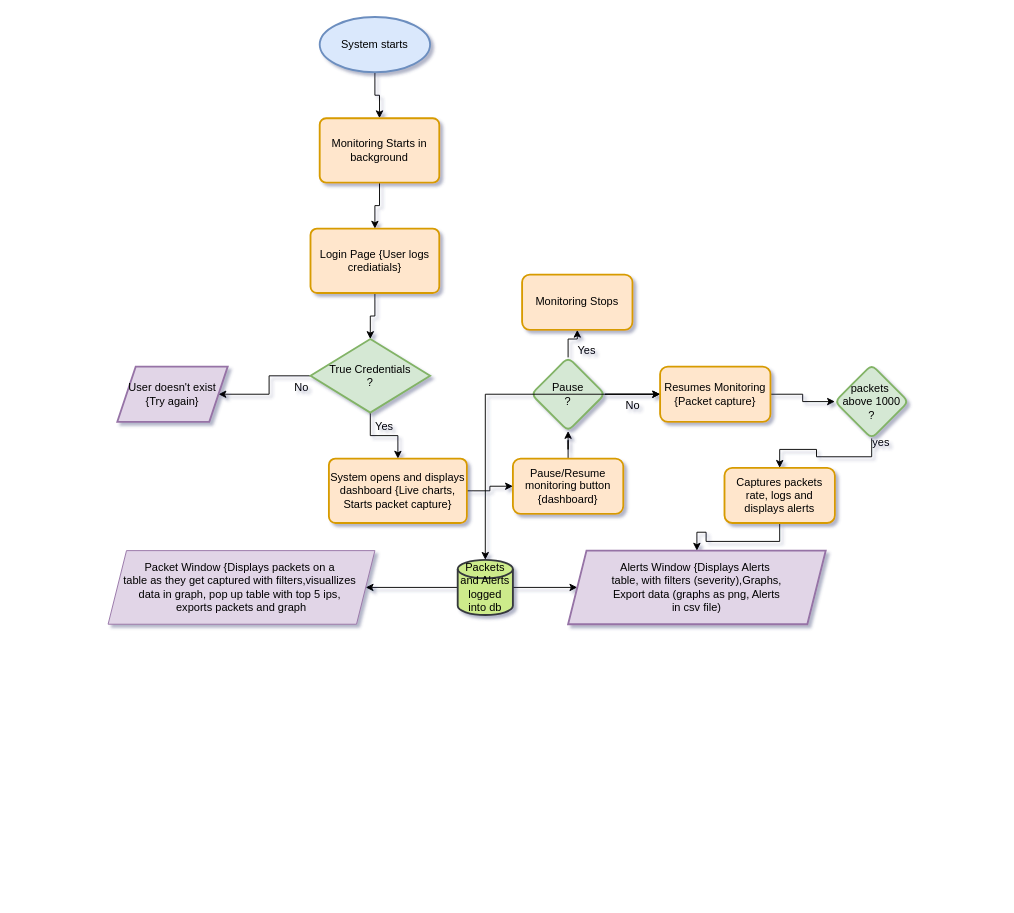
Earlier version of the draw.io diagram docs/Untitled Diagram.drawio (Bigst3pp3r/Simple-Network-Monitoring-System-main). Source tidied: cells renumbered, new cells numbered last; positions are measured from the earlier drawing's top-left corner, leaving out a move shared by most shapes. Both pictures are drawn from the tidied source at 92%, with x=0, y=0 at pixel (108, 17).
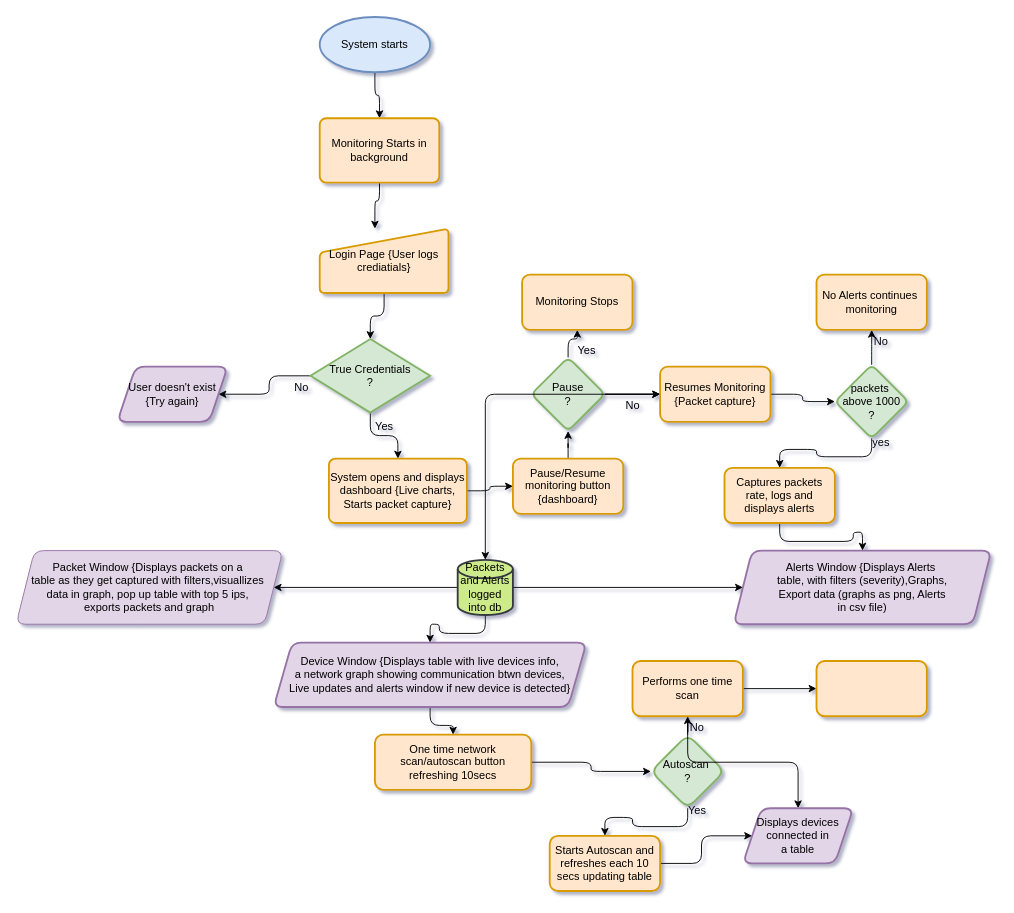
The same page after the edit.

Unchanged cells that the change refers to:
```xml
<mxCell id="5" value="Monitoring Starts in background" style="rounded=1;whiteSpace=wrap;html=1;absoluteArcSize=1;arcSize=14;strokeWidth=2;fillColor=#ffe6cc;strokeColor=#d79b00;" parent="1" vertex="1">
  <mxGeometry x="230" y="110" width="130" height="70" as="geometry" />
</mxCell>
<mxCell id="13" value="System opens and displays dashboard {Live charts, Starts packet capture}" style="rounded=1;whiteSpace=wrap;html=1;absoluteArcSize=1;arcSize=14;strokeWidth=2;fillColor=#ffe6cc;strokeColor=#d79b00;" parent="1" vertex="1">
  <mxGeometry x="240" y="480" width="150" height="70" as="geometry" />
</mxCell>
<mxCell id="15" value="Pause/Resume monitoring button {dashboard}" style="rounded=1;whiteSpace=wrap;html=1;fillColor=#ffe6cc;strokeColor=#d79b00;arcSize=14;strokeWidth=2;" parent="1" vertex="1">
  <mxGeometry x="440" y="480" width="120" height="60" as="geometry" />
</mxCell>
<mxCell id="21" value="Pause&lt;div&gt;?&lt;/div&gt;" style="rhombus;whiteSpace=wrap;html=1;fillColor=#d5e8d4;strokeColor=#82b366;rounded=1;arcSize=14;strokeWidth=2;" parent="1" vertex="1">
  <mxGeometry x="460" y="370" width="80" height="80" as="geometry" />
</mxCell>
<mxCell id="22" value="Monitoring Stops" style="whiteSpace=wrap;html=1;fillColor=#ffe6cc;strokeColor=#d79b00;rounded=1;arcSize=14;strokeWidth=2;" parent="1" vertex="1">
  <mxGeometry x="450" y="280" width="120" height="60" as="geometry" />
</mxCell>
<mxCell id="26" value="Resumes Monitoring&lt;div&gt;{Packet capture}&lt;/div&gt;" style="whiteSpace=wrap;html=1;fillColor=#ffe6cc;strokeColor=#d79b00;rounded=1;arcSize=14;strokeWidth=2;" parent="1" vertex="1">
  <mxGeometry x="600" y="380" width="120" height="60" as="geometry" />
</mxCell>
<mxCell id="34" value="packets&amp;nbsp;&lt;div&gt;above 1000&lt;/div&gt;&lt;div&gt;?&lt;/div&gt;" style="rhombus;whiteSpace=wrap;html=1;fillColor=#d5e8d4;strokeColor=#82b366;rounded=1;arcSize=14;strokeWidth=2;" parent="1" vertex="1">
  <mxGeometry x="790" y="378" width="80" height="80" as="geometry" />
</mxCell>
<mxCell id="36" value="Captures packets rate, logs and displays alerts" style="whiteSpace=wrap;html=1;fillColor=#ffe6cc;strokeColor=#d79b00;rounded=1;arcSize=14;strokeWidth=2;" parent="1" vertex="1">
  <mxGeometry x="670" y="490" width="120" height="60" as="geometry" />
</mxCell>
```

What changed in the source:
```diff
@@
-    <mxCell id="2" style="edgeStyle=orthogonalEdgeStyle;rounded=0;jettySize=auto;html=1;" parent="1" edge="1" source="3" target="5">
+    <mxCell id="2" style="edgeStyle=orthogonalEdgeStyle;rounded=1;jettySize=auto;html=1;" parent="1" edge="1" source="3" target="5">
       <mxGeometry relative="1" as="geometry" />
     </mxCell>
-    <mxCell id="3" value="System starts" style="strokeWidth=2;html=1;shape=mxgraph.flowchart.start_1;whiteSpace=wrap;fillColor=#dae8fc;strokeColor=#6c8ebf;" parent="1" vertex="1">
+    <mxCell id="3" value="System starts" style="strokeWidth=2;html=1;shape=mxgraph.flowchart.start_1;whiteSpace=wrap;fillColor=#dae8fc;strokeColor=#6c8ebf;rounded=1;" parent="1" vertex="1">
       <mxGeometry x="230" width="120" height="60" as="geometry" />
     </mxCell>
-    <mxCell id="4" style="edgeStyle=orthogonalEdgeStyle;rounded=0;jettySize=auto;html=1;" parent="1" edge="1" source="5" target="7">
-      <mxGeometry relative="1" as="geometry" />
+    <mxCell id="4" style="edgeStyle=orthogonalEdgeStyle;rounded=1;jettySize=auto;html=1;" parent="1" edge="1" source="5" target="7">
+      <mxGeometry relative="1" as="geometry">
+        <Array as="points">
+          <mxPoint x="295" y="200" />
+          <mxPoint x="290" y="200" />
+        </Array>
+      </mxGeometry>
     </mxCell>
@@
-    <mxCell id="6" style="edgeStyle=orthogonalEdgeStyle;rounded=0;jettySize=auto;html=1;" parent="1" edge="1" source="7" target="10">
+    <mxCell id="6" style="edgeStyle=orthogonalEdgeStyle;rounded=1;jettySize=auto;html=1;" parent="1" edge="1" source="7" target="10">
       <mxGeometry relative="1" as="geometry" />
     </mxCell>
-    <mxCell id="7" value="Login Page {User logs crediatials}" style="rounded=1;whiteSpace=wrap;html=1;absoluteArcSize=1;arcSize=14;strokeWidth=2;fillColor=#ffe6cc;strokeColor=#d79b00;" parent="1" vertex="1">
-      <mxGeometry x="220" y="230" width="140" height="70" as="geometry" />
+    <mxCell id="7" value="Login Page {User logs crediatials}" style="rounded=1;whiteSpace=wrap;html=1;absoluteArcSize=1;arcSize=11;strokeWidth=2;fillColor=#ffe6cc;strokeColor=#d79b00;shape=manualInput;size=26;" parent="1" vertex="1">
+      <mxGeometry x="230" y="230" width="140" height="70" as="geometry" />
     </mxCell>
-    <mxCell id="8" style="edgeStyle=orthogonalEdgeStyle;rounded=0;jettySize=auto;html=1;" parent="1" edge="1" source="10" target="13">
+    <mxCell id="8" style="edgeStyle=orthogonalEdgeStyle;rounded=1;jettySize=auto;html=1;" parent="1" edge="1" source="10" target="13">
       <mxGeometry relative="1" as="geometry" />
     </mxCell>
-    <mxCell id="9" style="edgeStyle=orthogonalEdgeStyle;rounded=0;jettySize=auto;html=1;" parent="1" edge="1" source="10" target="16">
+    <mxCell id="9" style="edgeStyle=orthogonalEdgeStyle;rounded=1;jettySize=auto;html=1;" parent="1" edge="1" source="10" target="16">
       <mxGeometry relative="1" as="geometry" />
     </mxCell>
-    <mxCell id="10" value="True Credentials&lt;div&gt;?&lt;/div&gt;" style="strokeWidth=2;html=1;shape=mxgraph.flowchart.decision;whiteSpace=wrap;fillColor=#d5e8d4;strokeColor=#82b366;" parent="1" vertex="1">
+    <mxCell id="10" value="True Credentials&lt;div&gt;?&lt;/div&gt;" style="strokeWidth=2;html=1;shape=mxgraph.flowchart.decision;whiteSpace=wrap;fillColor=#d5e8d4;strokeColor=#82b366;rounded=1;" parent="1" vertex="1">
       <mxGeometry x="220" y="350" width="130" height="80" as="geometry" />
     </mxCell>
-    <mxCell id="11" value="Yes" style="text;html=1;align=center;verticalAlign=middle;strokeColor=none;fillColor=none;" parent="1" vertex="1">
+    <mxCell id="11" value="Yes" style="text;html=1;align=center;verticalAlign=middle;strokeColor=none;fillColor=none;rounded=1;" parent="1" vertex="1">
       <mxGeometry x="280" y="430" width="40" height="30" as="geometry" />
     </mxCell>
-    <mxCell id="12" style="edgeStyle=orthogonalEdgeStyle;rounded=0;jettySize=auto;html=1;" parent="1" edge="1" source="13" target="15">
+    <mxCell id="12" style="edgeStyle=orthogonalEdgeStyle;rounded=1;jettySize=auto;html=1;" parent="1" edge="1" source="13" target="15">
       <mxGeometry relative="1" as="geometry" />
     </mxCell>
@@
-    <mxCell id="14" style="edgeStyle=orthogonalEdgeStyle;rounded=0;jettySize=auto;html=1;" parent="1" edge="1" source="15" target="21">
+    <mxCell id="14" style="edgeStyle=orthogonalEdgeStyle;rounded=1;jettySize=auto;html=1;" parent="1" edge="1" source="15" target="21">
       <mxGeometry relative="1" as="geometry" />
     </mxCell>
@@
-    <mxCell id="16" value="User doesn't exist&lt;div&gt;{Try again}&lt;/div&gt;" style="shape=parallelogram;perimeter=parallelogramPerimeter;whiteSpace=wrap;html=1;fixedSize=1;fillColor=#e1d5e7;strokeColor=#9673a6;strokeWidth=2;" parent="1" vertex="1">
+    <mxCell id="16" value="User doesn't exist&lt;div&gt;{Try again}&lt;/div&gt;" style="shape=parallelogram;perimeter=parallelogramPerimeter;whiteSpace=wrap;html=1;fixedSize=1;fillColor=#e1d5e7;strokeColor=#9673a6;strokeWidth=2;rounded=1;" parent="1" vertex="1">
       <mxGeometry x="10" y="380" width="120" height="60" as="geometry" />
     </mxCell>
-    <mxCell id="17" value="No" style="text;html=1;align=center;verticalAlign=middle;strokeColor=none;fillColor=none;" parent="1" vertex="1">
+    <mxCell id="17" value="No" style="text;html=1;align=center;verticalAlign=middle;strokeColor=none;fillColor=none;rounded=1;" parent="1" vertex="1">
       <mxGeometry x="190" y="388" width="40" height="30" as="geometry" />
     </mxCell>
-    <mxCell id="18" style="edgeStyle=orthogonalEdgeStyle;rounded=0;jettySize=auto;html=1;" parent="1" edge="1" source="21" target="22">
+    <mxCell id="18" style="edgeStyle=orthogonalEdgeStyle;rounded=1;jettySize=auto;html=1;" parent="1" edge="1" source="21" target="22">
       <mxGeometry relative="1" as="geometry" />
     </mxCell>
-    <mxCell id="19" style="edgeStyle=orthogonalEdgeStyle;rounded=0;jettySize=auto;html=1;" parent="1" edge="1" source="21" target="26">
+    <mxCell id="19" style="edgeStyle=orthogonalEdgeStyle;rounded=1;jettySize=auto;html=1;" parent="1" edge="1" source="21" target="26">
       <mxGeometry relative="1" as="geometry" />
     </mxCell>
-    <mxCell id="20" style="edgeStyle=orthogonalEdgeStyle;rounded=0;jettySize=auto;html=1;" parent="1" edge="1" source="21" target="26">
+    <mxCell id="20" style="edgeStyle=orthogonalEdgeStyle;rounded=1;jettySize=auto;html=1;" parent="1" edge="1" source="21" target="26">
       <mxGeometry relative="1" as="geometry" />
     </mxCell>
@@
-    <mxCell id="23" value="Yes" style="text;html=1;align=center;verticalAlign=middle;strokeColor=none;fillColor=none;" parent="1" vertex="1">
+    <mxCell id="23" value="Yes" style="text;html=1;align=center;verticalAlign=middle;strokeColor=none;fillColor=none;rounded=1;" parent="1" vertex="1">
       <mxGeometry x="500" y="348" width="40" height="30" as="geometry" />
     </mxCell>
-    <mxCell id="24" style="edgeStyle=orthogonalEdgeStyle;rounded=0;jettySize=auto;html=1;" parent="1" edge="1" source="26" target="30">
+    <mxCell id="24" style="edgeStyle=orthogonalEdgeStyle;rounded=1;jettySize=auto;html=1;" parent="1" edge="1" source="26" target="30">
       <mxGeometry relative="1" as="geometry" />
     </mxCell>
-    <mxCell id="25" style="edgeStyle=orthogonalEdgeStyle;rounded=0;jettySize=auto;html=1;" parent="1" edge="1" source="26" target="34">
+    <mxCell id="25" style="edgeStyle=orthogonalEdgeStyle;rounded=1;jettySize=auto;html=1;" parent="1" edge="1" source="26" target="34">
       <mxGeometry relative="1" as="geometry" />
     </mxCell>
@@
-    <mxCell id="27" value="No" style="text;html=1;align=center;verticalAlign=middle;strokeColor=none;fillColor=none;" parent="1" vertex="1">
+    <mxCell id="27" value="No" style="text;html=1;align=center;verticalAlign=middle;strokeColor=none;fillColor=none;rounded=1;" parent="1" vertex="1">
       <mxGeometry x="550" y="408" width="40" height="30" as="geometry" />
     </mxCell>
-    <mxCell id="28" style="edgeStyle=orthogonalEdgeStyle;rounded=0;jettySize=auto;html=1;" parent="1" edge="1" source="30" target="31">
+    <mxCell id="28" style="edgeStyle=orthogonalEdgeStyle;rounded=1;jettySize=auto;html=1;" parent="1" edge="1" source="30" target="31">
       <mxGeometry relative="1" as="geometry" />
     </mxCell>
-    <mxCell id="29" style="edgeStyle=orthogonalEdgeStyle;rounded=0;jettySize=auto;html=1;" parent="1" edge="1" source="30" target="32">
+    <mxCell id="29" style="edgeStyle=orthogonalEdgeStyle;rounded=1;jettySize=auto;html=1;" parent="1" edge="1" source="30" target="32">
       <mxGeometry relative="1" as="geometry" />
     </mxCell>
+    <mxCell id="38" style="edgeStyle=orthogonalEdgeStyle;rounded=1;jettySize=auto;html=1;" parent="1" edge="1" source="30" target="41">
+      <mxGeometry relative="1" as="geometry" />
+    </mxCell>
-    <mxCell id="30" value="Packets and Alerts logged into db" style="strokeWidth=2;html=1;shape=mxgraph.flowchart.database;whiteSpace=wrap;fillColor=#cdeb8b;strokeColor=#36393d;" parent="1" vertex="1">
+    <mxCell id="30" value="Packets and Alerts logged into db" style="strokeWidth=2;html=1;shape=mxgraph.flowchart.database;whiteSpace=wrap;fillColor=#cdeb8b;strokeColor=#36393d;rounded=1;" parent="1" vertex="1">
       <mxGeometry x="380" y="590" width="60" height="60" as="geometry" />
     </mxCell>
-    <mxCell id="31" value="Packet Window {Displays packets on a&amp;nbsp;&lt;div&gt;table as they get captured with filters,visuallizes&amp;nbsp;&lt;/div&gt;&lt;div&gt;data in graph, pop up table with top 5 ips,&amp;nbsp;&lt;/div&gt;&lt;div&gt;exports packets and graph&lt;/div&gt;" style="shape=parallelogram;perimeter=parallelogramPerimeter;whiteSpace=wrap;html=1;fixedSize=1;fillColor=#e1d5e7;strokeColor=#9673a6;" parent="1" vertex="1">
-      <mxGeometry y="580" width="290" height="80" as="geometry" />
+    <mxCell id="31" value="Packet Window {Displays packets on a&amp;nbsp;&lt;div&gt;table as they get captured with filters,visuallizes&amp;nbsp;&lt;/div&gt;&lt;div&gt;data in graph, pop up table with top 5 ips,&amp;nbsp;&lt;/div&gt;&lt;div&gt;exports packets and graph&lt;/div&gt;" style="shape=parallelogram;perimeter=parallelogramPerimeter;whiteSpace=wrap;html=1;fixedSize=1;fillColor=#e1d5e7;strokeColor=#9673a6;rounded=1;" parent="1" vertex="1">
+      <mxGeometry x="-100" y="580" width="290" height="80" as="geometry" />
     </mxCell>
-    <mxCell id="32" value="Alerts Window&amp;nbsp;&lt;span style=&quot;background-color: transparent; color: light-dark(rgb(0, 0, 0), rgb(255, 255, 255));&quot;&gt;{Displays Alerts&amp;nbsp;&lt;/span&gt;&lt;div&gt;table, with filters (severity),Graphs,&lt;/div&gt;&lt;div&gt;Export data (graphs as png, Alerts&lt;/div&gt;&lt;div&gt;in csv file)&lt;/div&gt;" style="shape=parallelogram;perimeter=parallelogramPerimeter;whiteSpace=wrap;html=1;fixedSize=1;fillColor=#e1d5e7;strokeColor=#9673a6;strokeWidth=2;" parent="1" vertex="1">
-      <mxGeometry x="500" y="580" width="280" height="80" as="geometry" />
+    <mxCell id="32" value="Alerts Window&amp;nbsp;&lt;span style=&quot;background-color: transparent; color: light-dark(rgb(0, 0, 0), rgb(255, 255, 255));&quot;&gt;{Displays Alerts&amp;nbsp;&lt;/span&gt;&lt;div&gt;table, with filters (severity),Graphs,&lt;/div&gt;&lt;div&gt;Export data (graphs as png, Alerts&lt;/div&gt;&lt;div&gt;in csv file)&lt;/div&gt;" style="shape=parallelogram;perimeter=parallelogramPerimeter;whiteSpace=wrap;html=1;fixedSize=1;fillColor=#e1d5e7;strokeColor=#9673a6;strokeWidth=2;rounded=1;" parent="1" vertex="1">
+      <mxGeometry x="680" y="580" width="280" height="80" as="geometry" />
     </mxCell>
-    <mxCell id="33" style="edgeStyle=orthogonalEdgeStyle;rounded=0;jettySize=auto;html=1;" parent="1" edge="1" source="34" target="36">
+    <mxCell id="33" style="edgeStyle=orthogonalEdgeStyle;rounded=1;jettySize=auto;html=1;" parent="1" edge="1" source="34" target="36">
       <mxGeometry relative="1" as="geometry" />
     </mxCell>
+    <mxCell id="39" style="edgeStyle=orthogonalEdgeStyle;rounded=1;jettySize=auto;html=1;" parent="1" edge="1" source="34" target="42">
+      <mxGeometry relative="1" as="geometry" />
+    </mxCell>
@@
-    <mxCell id="35" style="edgeStyle=orthogonalEdgeStyle;rounded=0;jettySize=auto;html=1;" parent="1" edge="1" source="36" target="32">
+    <mxCell id="35" style="edgeStyle=orthogonalEdgeStyle;rounded=1;jettySize=auto;html=1;" parent="1" edge="1" source="36" target="32">
       <mxGeometry relative="1" as="geometry" />
     </mxCell>
@@
-    <mxCell id="37" value="yes" style="text;html=1;align=center;verticalAlign=middle;strokeColor=none;fillColor=none;" parent="1" vertex="1">
+    <mxCell id="37" value="yes" style="text;html=1;align=center;verticalAlign=middle;strokeColor=none;fillColor=none;rounded=1;" parent="1" vertex="1">
       <mxGeometry x="820" y="448" width="40" height="30" as="geometry" />
     </mxCell>
+    <mxCell id="40" style="edgeStyle=orthogonalEdgeStyle;rounded=1;jettySize=auto;html=1;" parent="1" edge="1" source="41" target="45">
+      <mxGeometry relative="1" as="geometry" />
+    </mxCell>
+    <mxCell id="41" value="Device Window {Displays table with live devices info,&lt;div&gt;a network graph showing communication btwn devices,&lt;/div&gt;&lt;div&gt;Live updates and alerts window if new device is detected}&lt;/div&gt;" style="shape=parallelogram;perimeter=parallelogramPerimeter;whiteSpace=wrap;html=1;fixedSize=1;fillColor=#e1d5e7;strokeColor=#9673a6;strokeWidth=2;rounded=1;" parent="1" vertex="1">
+      <mxGeometry x="180" y="680" width="340" height="70" as="geometry" />
+    </mxCell>
+    <mxCell id="42" value="No Alerts continues&amp;nbsp;&lt;div&gt;monitoring&lt;/div&gt;" style="rounded=1;whiteSpace=wrap;html=1;fillColor=#ffe6cc;strokeColor=#d79b00;arcSize=14;strokeWidth=2;" parent="1" vertex="1">
+      <mxGeometry x="770" y="280" width="120" height="60" as="geometry" />
+    </mxCell>
+    <mxCell id="43" value="No" style="text;html=1;align=center;verticalAlign=middle;strokeColor=none;fillColor=none;rounded=1;" parent="1" vertex="1">
+      <mxGeometry x="820" y="338" width="40" height="30" as="geometry" />
+    </mxCell>
+    <mxCell id="44" style="edgeStyle=orthogonalEdgeStyle;rounded=1;jettySize=auto;html=1;" parent="1" edge="1" source="45" target="48">
+      <mxGeometry relative="1" as="geometry" />
+    </mxCell>
+    <mxCell id="45" value="One time network scan/autoscan button&lt;div&gt;refreshing 10secs&lt;/div&gt;" style="rounded=1;whiteSpace=wrap;html=1;fillColor=#ffe6cc;strokeColor=#d79b00;strokeWidth=2;" parent="1" vertex="1">
+      <mxGeometry x="290" y="780" width="170" height="60" as="geometry" />
+    </mxCell>
+    <mxCell id="46" style="edgeStyle=orthogonalEdgeStyle;rounded=1;jettySize=auto;html=1;" parent="1" edge="1" source="48" target="51">
+      <mxGeometry relative="1" as="geometry" />
+    </mxCell>
+    <mxCell id="47" style="edgeStyle=orthogonalEdgeStyle;rounded=1;jettySize=auto;html=1;" parent="1" edge="1" source="48" target="55">
+      <mxGeometry relative="1" as="geometry" />
+    </mxCell>
+    <mxCell id="48" value="Autoscan&amp;nbsp;&lt;div&gt;?&lt;/div&gt;" style="rhombus;whiteSpace=wrap;html=1;fillColor=#d5e8d4;strokeColor=#82b366;rounded=1;strokeWidth=2;" parent="1" vertex="1">
+      <mxGeometry x="590" y="780" width="80" height="80" as="geometry" />
+    </mxCell>
+    <mxCell id="49" style="edgeStyle=orthogonalEdgeStyle;rounded=1;jettySize=auto;html=1;" parent="1" edge="1" source="51" target="53">
+      <mxGeometry relative="1" as="geometry" />
+    </mxCell>
+    <mxCell id="50" style="edgeStyle=orthogonalEdgeStyle;rounded=1;jettySize=auto;html=1;" parent="1" edge="1" source="51" target="57">
+      <mxGeometry relative="1" as="geometry" />
+    </mxCell>
+    <mxCell id="51" value="Performs one time scan" style="rounded=1;whiteSpace=wrap;html=1;fillColor=#ffe6cc;strokeColor=#d79b00;strokeWidth=2;" parent="1" vertex="1">
+      <mxGeometry x="570" y="700" width="120" height="60" as="geometry" />
+    </mxCell>
+    <mxCell id="52" value="No" style="text;html=1;align=center;verticalAlign=middle;strokeColor=none;fillColor=none;rounded=1;" parent="1" vertex="1">
+      <mxGeometry x="620" y="758" width="40" height="30" as="geometry" />
+    </mxCell>
+    <mxCell id="53" value="Displays devices&lt;div&gt;connected in&lt;/div&gt;&lt;div&gt;a table&lt;/div&gt;" style="shape=parallelogram;perimeter=parallelogramPerimeter;whiteSpace=wrap;html=1;fixedSize=1;fillColor=#e1d5e7;strokeColor=#9673a6;rounded=1;strokeWidth=2;" parent="1" vertex="1">
+      <mxGeometry x="690" y="860" width="120" height="60" as="geometry" />
+    </mxCell>
+    <mxCell id="54" style="edgeStyle=orthogonalEdgeStyle;rounded=1;jettySize=auto;html=1;" parent="1" edge="1" source="55" target="53">
+      <mxGeometry relative="1" as="geometry" />
+    </mxCell>
+    <mxCell id="55" value="Starts Autoscan and refreshes each 10 secs updating table" style="rounded=1;whiteSpace=wrap;html=1;fillColor=#ffe6cc;strokeColor=#d79b00;strokeWidth=2;" parent="1" vertex="1">
+      <mxGeometry x="480" y="890" width="120" height="60" as="geometry" />
+    </mxCell>
+    <mxCell id="56" value="Yes" style="text;html=1;align=center;verticalAlign=middle;strokeColor=none;fillColor=none;rounded=1;" parent="1" vertex="1">
+      <mxGeometry x="620" y="848" width="40" height="30" as="geometry" />
+    </mxCell>
+    <mxCell id="57" style="whiteSpace=wrap;html=1;fillColor=#ffe6cc;strokeColor=#d79b00;rounded=1;strokeWidth=2;" parent="1" vertex="1">
+      <mxGeometry x="770" y="700" width="120" height="60" as="geometry" />
+    </mxCell>
```
